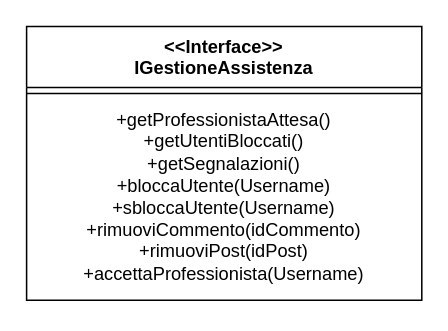
Earlier version of the draw.io diagram uml/GestioneAssistenza Interface.drawio (Iannicc/Pet-Party). Source tidied: cells renumbered, new cells numbered last; positions are measured from the earlier drawing's top-left corner, leaving out a move shared by most shapes. Both pictures are drawn from the tidied source at 152%, with x=0, y=0 at pixel (26, 26).
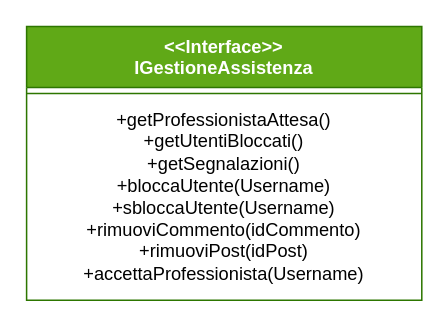
Above is the later version.

The edit, as a diff of the source:
```diff
@@
 <mxGraphModel>
   <root>
     <mxCell id="0" />
     <mxCell id="1" parent="0" />
-    <mxCell id="2" value="&amp;lt;&amp;lt;Interface&amp;gt;&amp;gt;&lt;br&gt;IGestioneAssistenza" style="swimlane;fontStyle=1;align=center;verticalAlign=top;horizontal=1;startSize=40;whiteSpace=wrap;html=1;" parent="1" vertex="1">
+    <mxCell id="2" value="&amp;lt;&amp;lt;Interface&amp;gt;&amp;gt;&lt;br&gt;IGestioneAssistenza" style="swimlane;fontStyle=1;align=center;verticalAlign=top;horizontal=1;startSize=40;whiteSpace=wrap;html=1;fillColor=#60a917;fontColor=#ffffff;strokeColor=#2D7600;" parent="1" vertex="1">
       <mxGeometry width="260" height="180" as="geometry" />
     </mxCell>
     <mxCell id="3" style="line;strokeWidth=1;fillColor=none;align=left;verticalAlign=middle;spacingTop=-1;spacingLeft=3;spacingRight=3;labelPosition=right;strokeColor=inherit;" parent="2" vertex="1">
       <mxGeometry y="40" width="260" height="8" as="geometry" />
     </mxCell>
     <mxCell id="4" value="&lt;div align=&quot;center&quot;&gt;+getProfessionistaAttesa()&lt;/div&gt;&lt;div align=&quot;center&quot;&gt;+getUtentiBloccati()&lt;/div&gt;&lt;div align=&quot;center&quot;&gt;+getSegnalazioni()&lt;/div&gt;&lt;div align=&quot;center&quot;&gt;+bloccaUtente(Username)&lt;/div&gt;&lt;div align=&quot;center&quot;&gt;+sbloccaUtente(Username)&lt;/div&gt;&lt;div align=&quot;center&quot;&gt;+rimuoviCommento(idCommento)&lt;/div&gt;&lt;div align=&quot;center&quot;&gt;+rimuoviPost(idPost)&lt;/div&gt;&lt;div align=&quot;center&quot;&gt;+accettaProfessionista(Username)&lt;br&gt;&lt;/div&gt;" style="text;strokeColor=none;fillColor=none;align=center;verticalAlign=top;spacingLeft=4;spacingRight=4;overflow=hidden;whiteSpace=wrap;html=1;" parent="2" vertex="1">
       <mxGeometry y="48" width="260" height="132" as="geometry" />
     </mxCell>
   </root>
 </mxGraphModel>
```
